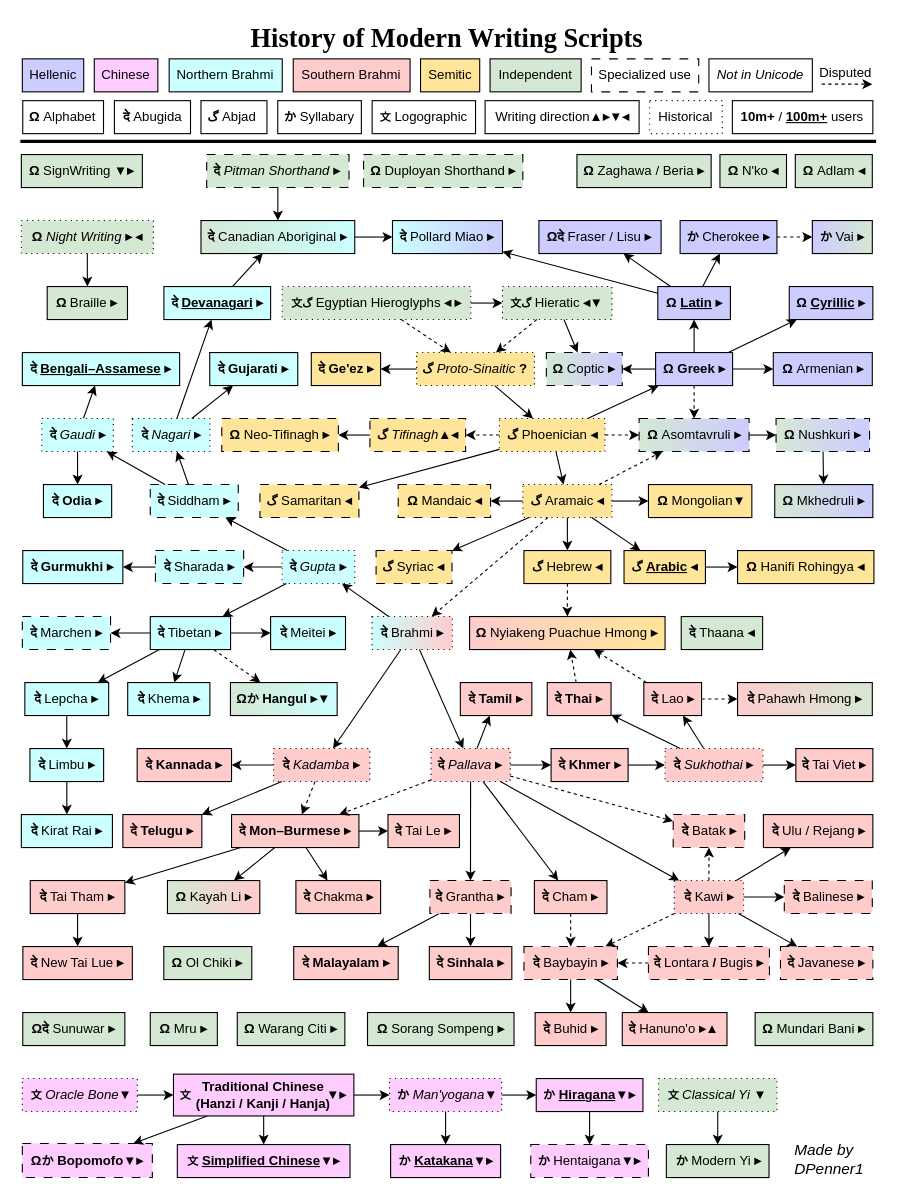
Before: Modern Script History.drawio in DPenner1/WritingSystemHistory, a draw.io diagram. Source tidied: cells renumbered, new cells numbered last; positions are measured from the earlier drawing's top-left corner, leaving out a move shared by most shapes. Both pictures are drawn from the tidied source at 110%, with x=0, y=0 at pixel (20, 19).
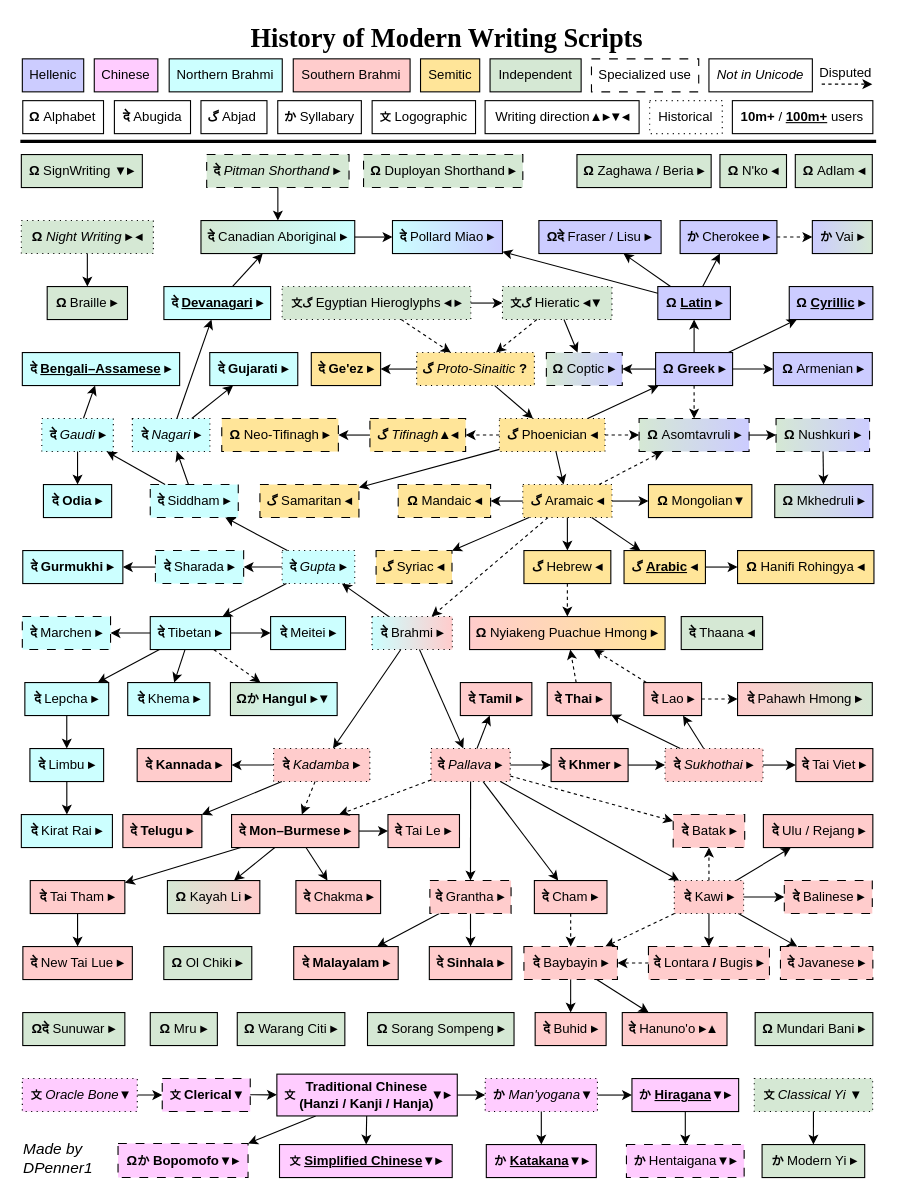
Above is the later version.

The change refers to these unchanged cells:
```xml
<mxCell id="65" value="&lt;span style=&quot;font-weight: 700;&quot;&gt;&lt;font style=&quot;font-size: 10px;&quot;&gt;&amp;nbsp;文&lt;/font&gt;&lt;/span&gt;&lt;span style=&quot;font-size: 11px; font-weight: 700;&quot;&gt;&amp;nbsp;&lt;/span&gt;&lt;i&gt;Oracle Bone&lt;/i&gt;&lt;b&gt;▼&lt;/b&gt;" style="whiteSpace=wrap;html=1;dashed=1;dashPattern=1 4;fillColor=#FFCCFF;" parent="1" vertex="1">
  <mxGeometry x="1.8" y="963" width="104.5" height="30" as="geometry" />
</mxCell>
```

What changed in the source:
```diff
@@
+    <mxCell id="226" style="edgeStyle=orthogonalEdgeStyle;rounded=0;jettySize=auto;html=1;exitX=1;exitY=0.5;exitDx=0;exitDy=0;" parent="1" edge="1" source="65" target="227">
+      <mxGeometry relative="1" as="geometry" />
+    </mxCell>
@@
     <mxCell id="66" value="&lt;font style=&quot;font-size: 10px;&quot;&gt;文&lt;/font&gt; &lt;u&gt;Simplified Chinese&lt;/u&gt;&lt;b&gt;▼&lt;/b&gt;▸" style="whiteSpace=wrap;html=1;fontStyle=1;fillColor=#FFCCFF;" parent="1" vertex="1">
-      <mxGeometry x="142.7" y="1023" width="157" height="30" as="geometry" />
+      <mxGeometry x="235.6" y="1023" width="157" height="30" as="geometry" />
     </mxCell>
@@
     <mxCell id="68" value="&lt;font style=&quot;&quot;&gt;&lt;span style=&quot;font-weight: 700;&quot;&gt;&lt;font style=&quot;font-size: 11px;&quot;&gt;&amp;nbsp;か&lt;/font&gt;&lt;/span&gt;&lt;span style=&quot;font-size: 12px; font-weight: 700;&quot;&gt;&amp;nbsp;&lt;/span&gt;&lt;i&gt;Man'yogana&lt;/i&gt;&lt;/font&gt;&lt;b&gt;▼&lt;/b&gt;" style="whiteSpace=wrap;html=1;dashed=1;dashPattern=1 4;fillColor=#FFCCFF;fontFamily=Helvetica;fontSize=12;" parent="1" vertex="1">
-      <mxGeometry x="335.6" y="963" width="102" height="30" as="geometry" />
+      <mxGeometry x="422.6" y="963" width="102" height="30" as="geometry" />
     </mxCell>
@@
     <mxCell id="70" value="&lt;font style=&quot;font-size: 11px;&quot;&gt;か&lt;/font&gt; &lt;u&gt;Hiragana&lt;/u&gt;&lt;b&gt;▼&lt;/b&gt;▸" style="whiteSpace=wrap;html=1;fontStyle=1;fillColor=#FFCCFF;fontFamily=Helvetica;" parent="1" vertex="1">
-      <mxGeometry x="469" y="963" width="97" height="30" as="geometry" />
+      <mxGeometry x="556" y="963" width="97" height="30" as="geometry" />
     </mxCell>
     <mxCell id="71" value="&lt;font style=&quot;font-size: 11px;&quot;&gt;か&lt;/font&gt; &lt;u&gt;Katakana&lt;/u&gt;&lt;b&gt;▼&lt;/b&gt;▸" style="whiteSpace=wrap;html=1;fontStyle=1;fillColor=#FFCCFF;" parent="1" vertex="1">
-      <mxGeometry x="336.6" y="1023" width="100" height="30" as="geometry" />
+      <mxGeometry x="423.6" y="1023" width="100" height="30" as="geometry" />
     </mxCell>
@@
     <mxCell id="73" value="&lt;span style=&quot;font-weight: 700; font-size: 11px;&quot;&gt;&lt;font style=&quot;font-size: 11px;&quot;&gt;か&lt;/font&gt;&amp;nbsp;&lt;/span&gt;Hentaigana&lt;b&gt;▼&lt;/b&gt;&lt;span style=&quot;font-weight: 700;&quot;&gt;▸&lt;/span&gt;" style="whiteSpace=wrap;html=1;dashed=1;fillColor=#FFCCFF;dashPattern=8 8;" parent="1" vertex="1">
-      <mxGeometry x="464" y="1023" width="107" height="30" as="geometry" />
+      <mxGeometry x="551" y="1023" width="107" height="30" as="geometry" />
     </mxCell>
@@
     <mxCell id="91" value="&lt;span style=&quot;font-weight: 700;&quot;&gt;&lt;font style=&quot;font-size: 10px;&quot;&gt;文&lt;/font&gt;&lt;/span&gt;&lt;span style=&quot;font-size: 11px; font-weight: 700;&quot;&gt;&amp;nbsp;&lt;/span&gt;&lt;i&gt;Classical Yi&lt;/i&gt;&amp;nbsp;&lt;b&gt;▼&lt;/b&gt;" style="whiteSpace=wrap;html=1;fillColor=#D5E8D4;dashed=1;dashPattern=1 4;" parent="1" vertex="1">
-      <mxGeometry x="580.2" y="963" width="107.6" height="30" as="geometry" />
+      <mxGeometry x="667.2" y="963" width="107.6" height="30" as="geometry" />
     </mxCell>
     <mxCell id="92" value="&lt;span style=&quot;font-size: 11px; font-weight: 700;&quot;&gt;&amp;nbsp;か&amp;nbsp;&lt;/span&gt;Modern Yi&amp;nbsp;&lt;span style=&quot;font-weight: 700;&quot;&gt;▸&lt;/span&gt;" style="whiteSpace=wrap;html=1;fillColor=#D5E8D4;" parent="1" vertex="1">
-      <mxGeometry x="587.3" y="1023" width="93.3" height="30" as="geometry" />
+      <mxGeometry x="674.3" y="1023" width="93.3" height="30" as="geometry" />
     </mxCell>
@@
-    <mxCell id="98" style="endArrow=classic;html=1;" parent="1" edge="1" source="65" target="193">
+    <mxCell id="98" style="endArrow=classic;html=1;exitX=0.991;exitY=0.492;exitDx=0;exitDy=0;exitPerimeter=0;" parent="1" edge="1" source="227" target="193">
       <mxGeometry x="963" y="820" as="geometry" />
     </mxCell>
     <mxCell id="99" value="&lt;b&gt;Ω&lt;/b&gt;&lt;span style=&quot;font-size: 11px;&quot;&gt;&lt;b&gt;か&lt;/b&gt;&lt;/span&gt;&amp;nbsp;&lt;b&gt;Bopomofo▼&lt;/b&gt;&lt;span style=&quot;font-weight: 700;&quot;&gt;▸&lt;/span&gt;" style="whiteSpace=wrap;html=1;dashed=1;fillColor=#FFCCFF;dashPattern=8 8;" parent="1" vertex="1">
-      <mxGeometry x="1.8" y="1022" width="118.2" height="31" as="geometry" />
+      <mxGeometry x="88.8" y="1022" width="118.2" height="31" as="geometry" />
     </mxCell>
-    <mxCell id="100" style="endArrow=classic;html=1;" parent="1" edge="1" source="193" target="99">
+    <mxCell id="100" style="endArrow=classic;html=1;entryX=1;entryY=0;entryDx=0;entryDy=0;" parent="1" edge="1" source="193" target="99">
       <mxGeometry x="973" y="830" as="geometry" />
     </mxCell>
@@
     <mxCell id="118" value="Made by&amp;nbsp;&lt;div&gt;DPenner1&lt;/div&gt;" style="text;html=1;strokeColor=none;fillColor=none;align=left;verticalAlign=middle;whiteSpace=wrap;overflow=hidden;fontSize=14;fontStyle=2;" parent="1" vertex="1">
-      <mxGeometry x="701.6" y="1018.2" width="73.3" height="36.5" as="geometry" />
+      <mxGeometry x="0.9" y="1016.5" width="73.3" height="36.5" as="geometry" />
     </mxCell>
@@
-    <mxCell id="192" style="group;" parent="1" vertex="1">
-      <mxGeometry x="118.7" y="959" width="186" height="38" as="geometry" />
-    </mxCell>
-    <mxCell id="193" value="Traditional Chinese&lt;br&gt;&lt;div&gt;(Hanzi / Kanji / Hanja)&lt;/div&gt;" style="whiteSpace=wrap;html=1;fontStyle=1;fillColor=#FFCCFF;" parent="192" vertex="1">
-      <mxGeometry x="20.5" width="164" height="38" as="geometry" />
-    </mxCell>
-    <mxCell id="194" value="&lt;font style=&quot;font-weight: 700; font-size: 10px;&quot;&gt;文&lt;/font&gt;&lt;font style=&quot;font-weight: 700; font-size: 11px;&quot;&gt;&amp;nbsp;&lt;/font&gt;&lt;span style=&quot;font-weight: 700;&quot;&gt;&amp;nbsp; &amp;nbsp; &amp;nbsp; &amp;nbsp; &amp;nbsp; &amp;nbsp; &amp;nbsp; &amp;nbsp; &amp;nbsp; &amp;nbsp; &amp;nbsp; &amp;nbsp; &amp;nbsp; &amp;nbsp; &amp;nbsp; &amp;nbsp; &amp;nbsp; &amp;nbsp; &lt;/span&gt;&lt;b&gt;▼&lt;/b&gt;&lt;span style=&quot;font-weight: 700;&quot;&gt;▸&lt;/span&gt;" style="text;html=1;align=center;verticalAlign=middle;whiteSpace=wrap;rounded=0;" parent="192" vertex="1">
-      <mxGeometry x="9.5" y="4" width="186" height="30" as="geometry" />
-    </mxCell>
@@
+    <mxCell id="227" value="&lt;span style=&quot;font-weight: 700;&quot;&gt;&lt;font style=&quot;font-size: 10px;&quot;&gt;&amp;nbsp;文&lt;/font&gt;&lt;/span&gt;&lt;span style=&quot;font-size: 11px; font-weight: 700;&quot;&gt;&amp;nbsp;&lt;/span&gt;&lt;b&gt;Clerical▼&lt;/b&gt;" style="whiteSpace=wrap;html=1;dashed=1;dashPattern=8 8;fillColor=#FFCCFF;" parent="1" vertex="1">
+      <mxGeometry x="129" y="963" width="80" height="30" as="geometry" />
+    </mxCell>
+    <mxCell id="193" value="Traditional Chinese&lt;br&gt;&lt;div&gt;(Hanzi / Kanji / Hanja)&lt;/div&gt;" style="whiteSpace=wrap;html=1;fontStyle=1;fillColor=#FFCCFF;" parent="1" vertex="1">
+      <mxGeometry x="233.2" y="959" width="164" height="38" as="geometry" />
+    </mxCell>
+    <mxCell id="194" value="&lt;font style=&quot;font-weight: 700; font-size: 10px;&quot;&gt;文&lt;/font&gt;&lt;font style=&quot;font-weight: 700; font-size: 11px;&quot;&gt;&amp;nbsp;&lt;/font&gt;&lt;span style=&quot;font-weight: 700;&quot;&gt;&amp;nbsp; &amp;nbsp; &amp;nbsp; &amp;nbsp; &amp;nbsp; &amp;nbsp; &amp;nbsp; &amp;nbsp; &amp;nbsp; &amp;nbsp; &amp;nbsp; &amp;nbsp; &amp;nbsp; &amp;nbsp; &amp;nbsp; &amp;nbsp; &amp;nbsp; &amp;nbsp; &lt;/span&gt;&lt;b&gt;▼&lt;/b&gt;&lt;span style=&quot;font-weight: 700;&quot;&gt;▸&lt;/span&gt;" style="text;html=1;align=center;verticalAlign=middle;whiteSpace=wrap;rounded=0;" parent="1" vertex="1">
+      <mxGeometry x="223.2" y="963" width="186" height="30" as="geometry" />
+    </mxCell>
```
